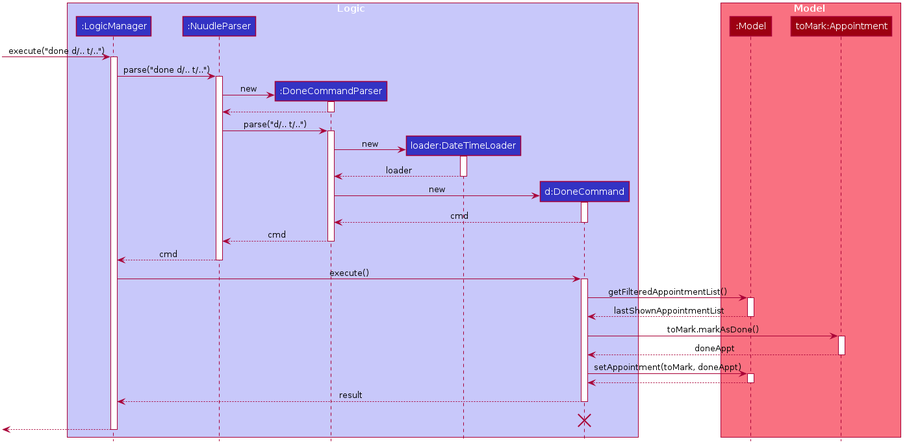
Above: docs/images/DoneSequenceDiagram.png in xz0127/tp (PlantUML), before the change.
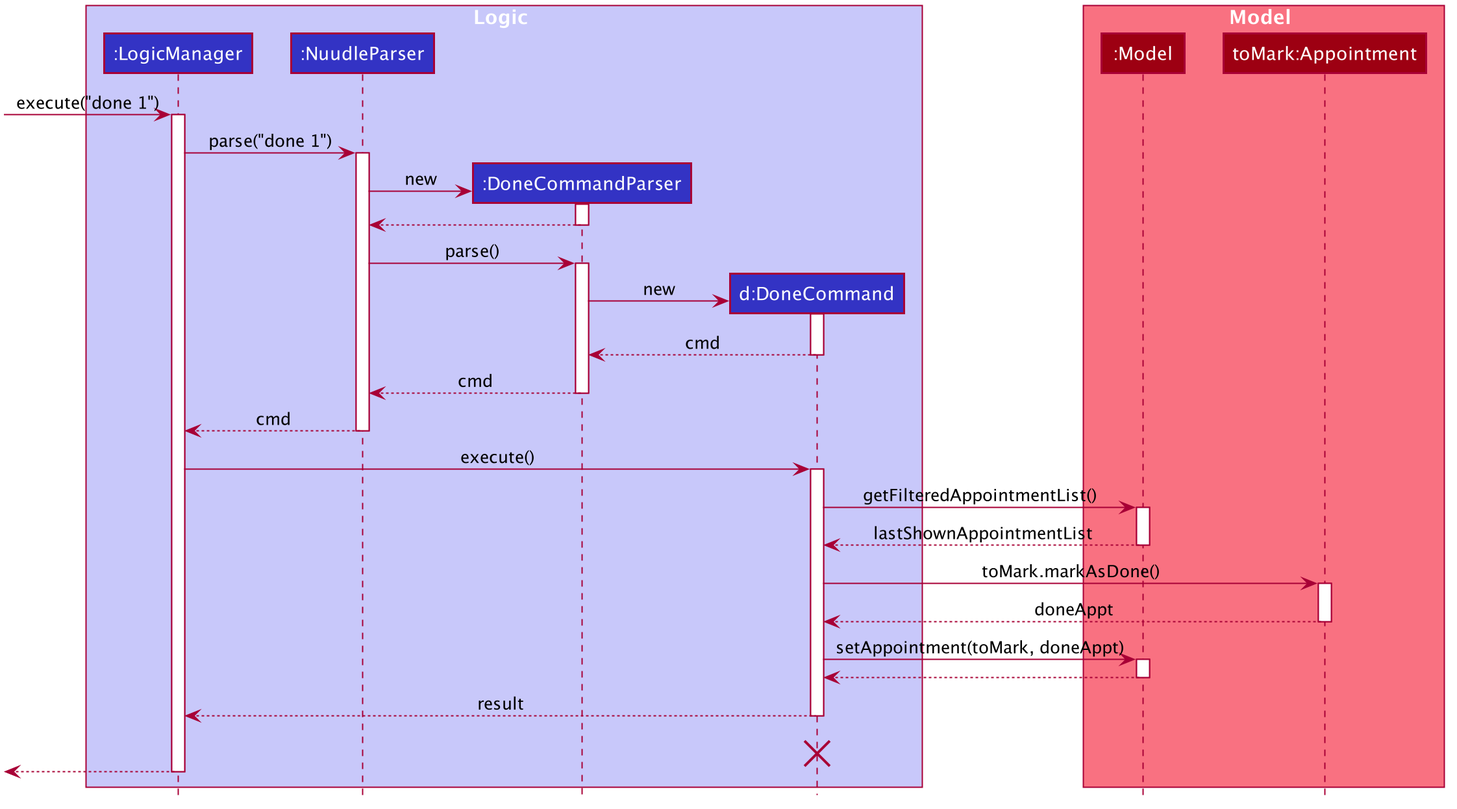
Later version of the same file.

Diff of the diagram source:
```diff
@@ -52,7 +52,6 @@
 participant ":LogicManager" as LogicManager #3333C4
 participant ":NuudleParser" as NuudleParser #3333C4
 participant ":DoneCommandParser" as DoneCommandParser #3333C4
-participant "loader:DateTimeLoader" as DateTimeLoader #3333C4
 participant "d:DoneCommand" as DoneCommand #3333C4
 end box
 
@@ -60,10 +59,10 @@
 participant ":Model" as Model #9D0012
 participant "toMark:Appointment" as ToMarkAppointment #9D0012
 end box
-[-> LogicManager : execute("done d/.. t/..")
+[-> LogicManager : execute("done 1")
 activate LogicManager
 
-LogicManager -> NuudleParser : parse("done d/.. t/..")
+LogicManager -> NuudleParser : parse("done 1")
 activate NuudleParser
 
 create DoneCommandParser
@@ -73,15 +72,8 @@
 DoneCommandParser --> NuudleParser
 deactivate DoneCommandParser
 
-NuudleParser -> DoneCommandParser : parse("d/.. t/..")
+NuudleParser -> DoneCommandParser : parse()
 activate DoneCommandParser
-
-create DateTimeLoader
-DoneCommandParser -> DateTimeLoader : new
-activate DateTimeLoader
-
-DateTimeLoader --> DoneCommandParser : loader
-deactivate DateTimeLoader
 
 create DoneCommand
 DoneCommandParser -> DoneCommand : new
```
